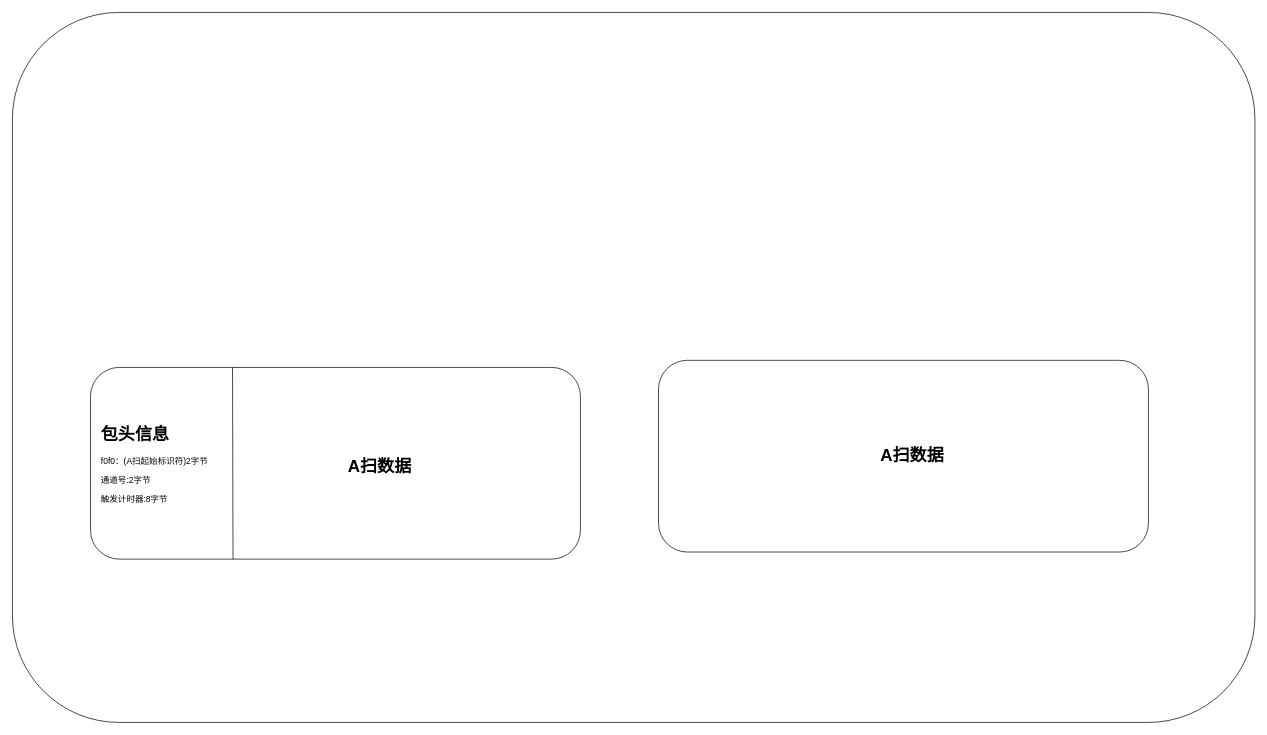
5huanghuai/Diagram keeps this draw.io diagram as 数据包格式.drawio. Above is the earlier version. Source tidied: cells renumbered, new cells numbered last; positions are measured from the earlier drawing's top-left corner, leaving out a move shared by most shapes. Both pictures are drawn from the tidied source at 71%, with x=0, y=0 at pixel (12, 12).
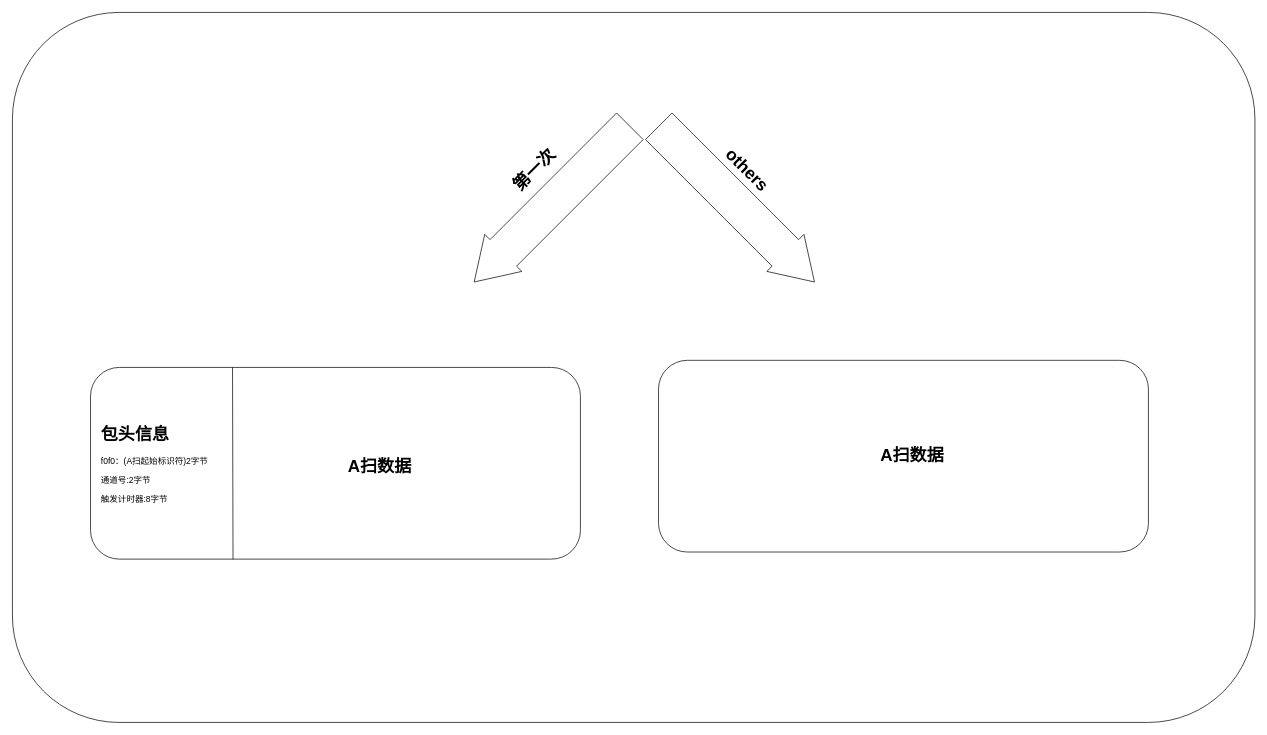
Above is the later version.

Commit message (it also covers changes not shown here):
更新数据包格式.drawio

What changed in the source:
```diff
@@
 <mxGraphModel>
   <root>
     <mxCell id="0" />
     <mxCell id="1" parent="0" />
     <mxCell id="2" style="rounded=1;whiteSpace=wrap;html=1;" parent="1" vertex="1">
       <mxGeometry width="1750" height="1000" as="geometry" />
     </mxCell>
     <mxCell id="3" style="rounded=1;whiteSpace=wrap;html=1;" parent="1" vertex="1">
       <mxGeometry x="110" y="500" width="690" height="270" as="geometry" />
     </mxCell>
     <mxCell id="4" style="endArrow=none;html=1;rounded=0;exitX=0.073;exitY=1;exitDx=0;exitDy=0;exitPerimeter=0;entryX=0.072;entryY=-0.001;entryDx=0;entryDy=0;entryPerimeter=0;" parent="1" edge="1">
       <mxGeometry relative="1" as="geometry">
         <mxPoint x="310.7" y="770.3" as="sourcePoint" />
         <mxPoint x="310" y="500" as="targetPoint" />
       </mxGeometry>
     </mxCell>
     <mxCell id="5" value="&lt;h1&gt;包头信息&lt;/h1&gt;&lt;p&gt;f0f0：(A扫起始标识符)2字节&lt;/p&gt;&lt;p&gt;通道号:2字节&lt;/p&gt;&lt;p&gt;触发计时器:8字节&lt;/p&gt;" style="text;html=1;strokeColor=none;fillColor=none;spacing=5;spacingTop=-20;whiteSpace=wrap;overflow=hidden;rounded=0;" parent="1" vertex="1">
       <mxGeometry x="120" y="575" width="190" height="120" as="geometry" />
     </mxCell>
     <mxCell id="6" value="&lt;b&gt;&lt;font style=&quot;font-size: 24px;&quot;&gt;A扫数据&lt;/font&gt;&lt;/b&gt;" style="text;html=1;strokeColor=none;fillColor=none;align=center;verticalAlign=middle;whiteSpace=wrap;rounded=0;" parent="1" vertex="1">
       <mxGeometry x="400" y="585" width="235" height="110" as="geometry" />
     </mxCell>
     <mxCell id="7" style="rounded=1;whiteSpace=wrap;html=1;" parent="1" vertex="1">
       <mxGeometry x="910" y="490" width="690" height="270" as="geometry" />
     </mxCell>
     <mxCell id="8" value="&lt;b&gt;&lt;font style=&quot;font-size: 24px;&quot;&gt;A扫数据&lt;/font&gt;&lt;/b&gt;" style="text;html=1;strokeColor=none;fillColor=none;align=center;verticalAlign=middle;whiteSpace=wrap;rounded=0;" parent="1" vertex="1">
       <mxGeometry x="1150" y="570" width="235" height="110" as="geometry" />
     </mxCell>
+    <mxCell id="9" style="shape=flexArrow;endArrow=classic;html=1;rounded=0;width=52.857142857142854;endSize=18.985714285714284;" parent="1" edge="1">
+      <mxGeometry relative="1" as="geometry">
+        <mxPoint x="910" y="160" as="sourcePoint" />
+        <mxPoint x="1130" y="380" as="targetPoint" />
+      </mxGeometry>
+    </mxCell>
+    <mxCell id="10" style="shape=flexArrow;endArrow=classic;html=1;rounded=0;width=52.857142857142854;endSize=18.985714285714284;" parent="1" edge="1">
+      <mxGeometry relative="1" as="geometry">
+        <mxPoint x="870" y="160" as="sourcePoint" />
+        <mxPoint x="650" y="380" as="targetPoint" />
+      </mxGeometry>
+    </mxCell>
+    <mxCell id="11" value="&lt;font style=&quot;font-size: 24px;&quot;&gt;&lt;b&gt;第一次&lt;/b&gt;&lt;/font&gt;" style="text;html=1;strokeColor=none;fillColor=none;align=center;verticalAlign=middle;whiteSpace=wrap;rounded=0;rotation=-45;" parent="1" vertex="1">
+      <mxGeometry x="600" y="170" width="270" height="104" as="geometry" />
+    </mxCell>
+    <mxCell id="12" value="&lt;span style=&quot;font-size: 24px;&quot;&gt;&lt;b&gt;others&lt;/b&gt;&lt;/span&gt;" style="text;html=1;strokeColor=none;fillColor=none;align=center;verticalAlign=middle;whiteSpace=wrap;rounded=0;rotation=45;" parent="1" vertex="1">
+      <mxGeometry x="900" y="170" width="270" height="104" as="geometry" />
+    </mxCell>
   </root>
 </mxGraphModel>
```
